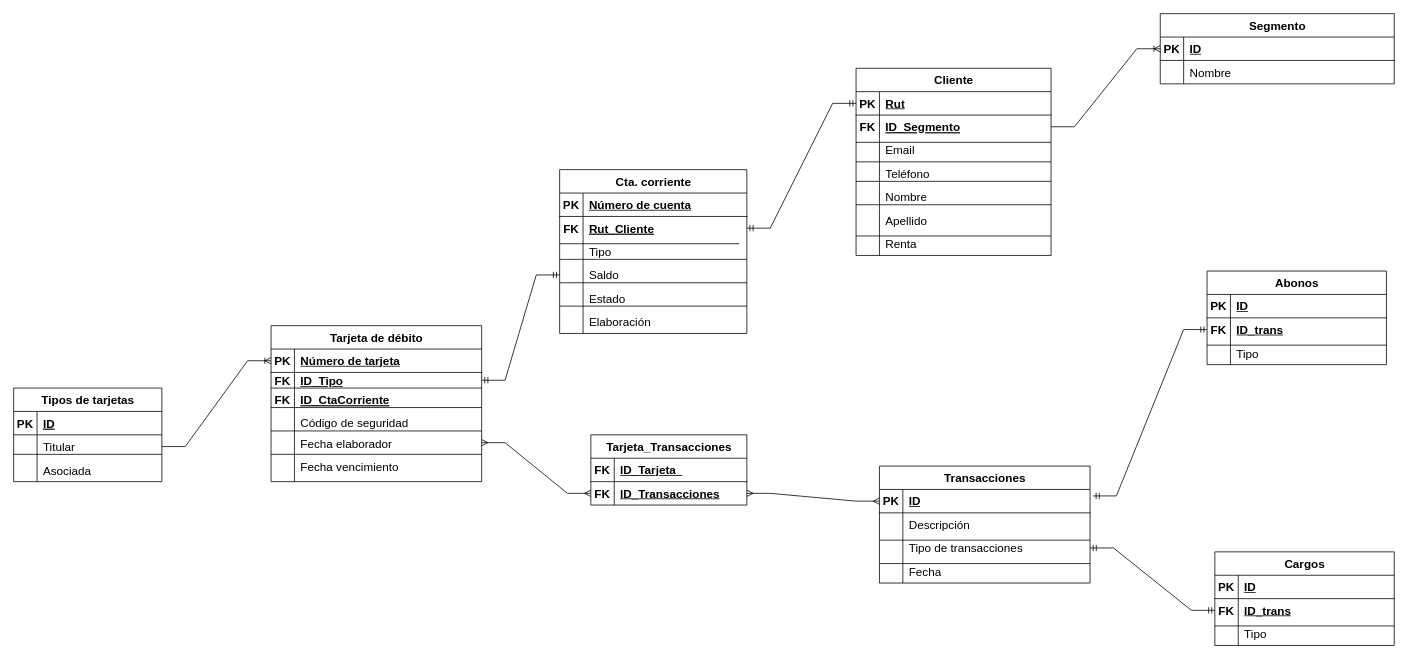
VicenteMuhr/Database keeps this draw.io diagram as ModeloRelacional.drawio. Above is the earlier version. Source tidied: cells renumbered, new cells numbered last; positions are measured from the earlier drawing's top-left corner, leaving out a move shared by most shapes. Both pictures are drawn from the tidied source at 78%, with x=0, y=0 at pixel (13, 13).
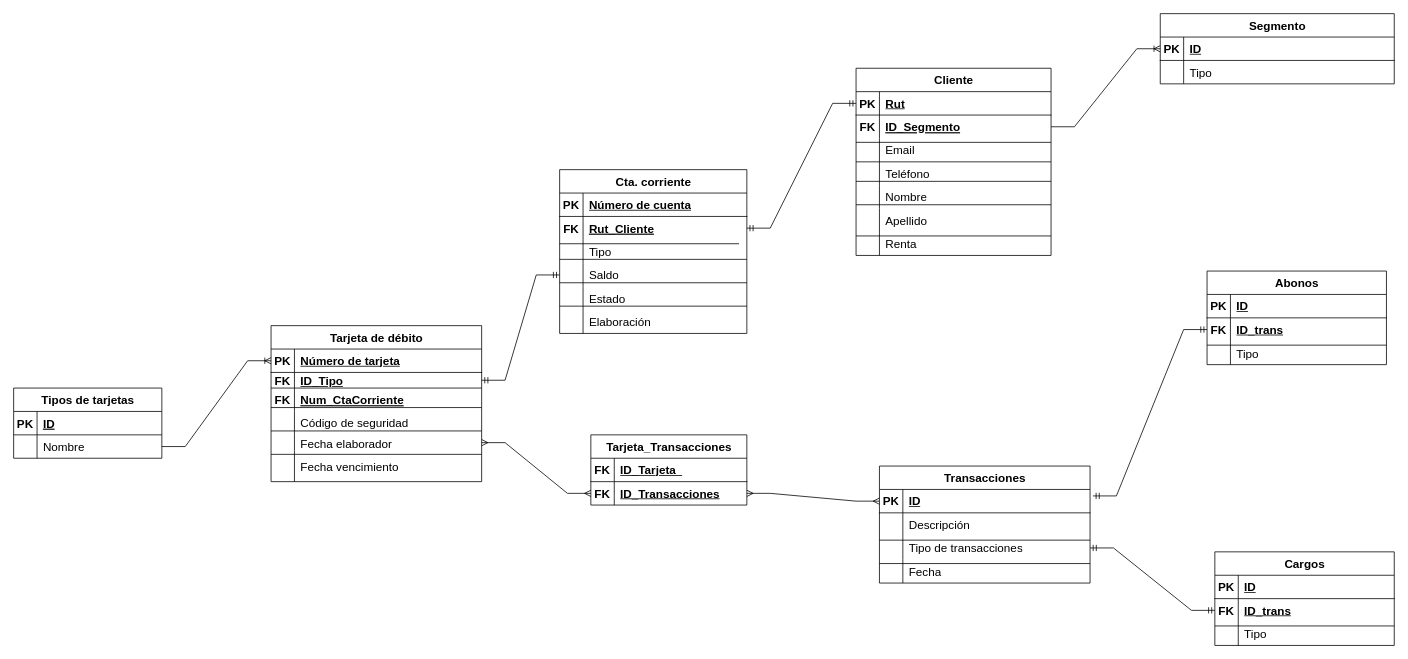
The same page after the edit.

Unchanged cells that the change refers to:
```xml
<mxCell id="9" style="shape=tableRow;horizontal=0;startSize=0;swimlaneHead=0;swimlaneBody=0;fillColor=none;top=0;left=0;right=0;bottom=0;fontSize=15;" parent="2" vertex="1">
  <mxGeometry y="80" width="270" height="30" as="geometry" />
</mxCell>
<mxCell id="26" style="shape=tableRow;horizontal=0;startSize=0;swimlaneHead=0;swimlaneBody=0;fillColor=none;top=0;left=0;right=0;bottom=0;fontSize=15;" parent="22" vertex="1">
  <mxGeometry y="60" width="190" height="30" as="geometry" />
</mxCell>
<mxCell id="127" style="shape=tableRow;horizontal=0;startSize=0;swimlaneHead=0;swimlaneBody=0;fillColor=none;top=0;left=0;right=0;bottom=0;fontSize=15;" parent="123" vertex="1">
  <mxGeometry y="60" width="300" height="30" as="geometry" />
</mxCell>
```

Diff of the diagram source:
```diff
@@
-    <mxCell id="11" value="ID_CtaCorriente" style="shape=partialRectangle;fillColor=none;top=0;left=0;bottom=0;right=0;align=left;spacingLeft=6;overflow=hidden;fontSize=15;fontStyle=5;" parent="9" vertex="1">
+    <mxCell id="11" value="Num_CtaCorriente" style="shape=partialRectangle;fillColor=none;top=0;left=0;bottom=0;right=0;align=left;spacingLeft=6;overflow=hidden;fontSize=15;fontStyle=5;" parent="9" vertex="1">
       <mxGeometry x="30" width="240" height="30" as="geometry" />
     </mxCell>
@@
     <mxCell id="22" value="Tipos de tarjetas" style="shape=table;startSize=30;childLayout=tableLayout;rowLines=0;fontStyle=1;align=center;html=1;fontSize=15;" parent="1" vertex="1">
-      <mxGeometry y="480" width="190" height="120" as="geometry" />
+      <mxGeometry y="480" width="190" height="90" as="geometry" />
     </mxCell>
@@
-    <mxCell id="28" value="Titular" style="shape=partialRectangle;fillColor=none;top=0;left=0;bottom=0;right=0;align=left;spacingLeft=6;overflow=hidden;whiteSpace=wrap;html=1;fontSize=15;" parent="26" vertex="1">
+    <mxCell id="28" value="Nombre" style="shape=partialRectangle;fillColor=none;top=0;left=0;bottom=0;right=0;align=left;spacingLeft=6;overflow=hidden;whiteSpace=wrap;html=1;fontSize=15;" parent="26" vertex="1">
       <mxGeometry x="30" width="160" height="30" as="geometry" />
     </mxCell>
-    <mxCell id="29" style="shape=tableRow;horizontal=0;startSize=0;swimlaneHead=0;swimlaneBody=0;fillColor=none;top=0;left=0;right=0;bottom=0;fontSize=15;" parent="22" vertex="1">
-      <mxGeometry y="90" width="190" height="30" as="geometry" />
-    </mxCell>
-    <mxCell id="30" style="shape=partialRectangle;fillColor=none;top=0;left=0;bottom=0;right=0;overflow=hidden;fontSize=15;" parent="29" vertex="1">
-      <mxGeometry width="30" height="30" as="geometry" />
-    </mxCell>
-    <mxCell id="31" value="Asociada" style="shape=partialRectangle;fillColor=none;top=0;left=0;bottom=0;right=0;align=left;spacingLeft=6;overflow=hidden;fontSize=15;" parent="29" vertex="1">
-      <mxGeometry x="30" width="160" height="30" as="geometry" />
-    </mxCell>
@@
-    <mxCell id="129" value="Nombre" style="shape=partialRectangle;fillColor=none;top=0;left=0;bottom=0;right=0;align=left;spacingLeft=6;overflow=hidden;fontSize=15;" parent="127" vertex="1">
+    <mxCell id="129" value="Tipo" style="shape=partialRectangle;fillColor=none;top=0;left=0;bottom=0;right=0;align=left;spacingLeft=6;overflow=hidden;fontSize=15;" parent="127" vertex="1">
       <mxGeometry x="30" width="270" height="30" as="geometry" />
     </mxCell>
@@
-    <mxCell id="144" style="line;strokeWidth=1;dashed=0;labelPosition=right;align=left;verticalAlign=middle;spacingTop=0;spacingLeft=6;" parent="1" vertex="1">
-      <mxGeometry y="560" width="190" height="10" as="geometry" />
-    </mxCell>
```
